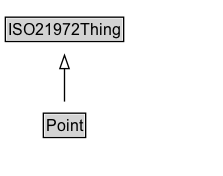
This is docs/diagrams/Point.dot.png from ISO-TC204/ontology-i72-v1, a Graphviz export, as it was before one commit. Its source is kept beside it as docs/diagrams/Point.dot. The source it was exported from:
```dot
digraph {
	graph [overlap=false rankdir=TB splines=true]
	node [fontname=Arial fontsize=12 margin=0 shape=none]
	edge [fontname=Arial fontsize=11]
	{
		rank=max
		Point [label=<<TABLE BORDER="1" CELLBORDER="0" CELLSPACING="0" CELLPADDING="1"><TR><TD BGCOLOR="lightgray" ALIGN="CENTER" PORT="e">Point</TD></TR></TABLE>> URL="../Point.md" margin=0]
	}
	subgraph cluster_associated {
		label="" style=invis
		Invis [label=<<TABLE BORDER="0" CELLBORDER="0" CELLSPACING="0" CELLPADDING="1"><TR><TD></TD></TR></TABLE>> margin=0 style=invis]
	}
	ISO21972Thing [label=<<TABLE BORDER="1" CELLBORDER="0" CELLSPACING="0" CELLPADDING="1"><TR><TD BGCOLOR="lightgray" ALIGN="CENTER">ISO21972Thing</TD></TR></TABLE>> URL="../ISO21972Thing.md" margin=0]
	Point -> ISO21972Thing [arrowhead=onormal style=solid]
}
```
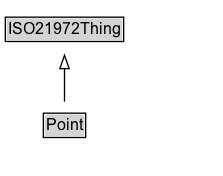
After the commit.

The edit, as a diff of the source:
```diff
@@ -3,13 +3,16 @@
 	node [fontname=Arial fontsize=12 margin=0 shape=none]
 	edge [fontname=Arial fontsize=11]
 	{
+		rank=source
+		ISO21972Thing [label=<<TABLE BORDER="1" CELLBORDER="0" CELLSPACING="0" CELLPADDING="1"><TR><TD BGCOLOR="lightgray" ALIGN="CENTER">ISO21972Thing</TD></TR></TABLE>> URL="../ISO21972Thing" margin=0]
+	}
+	Point [label=<<TABLE BORDER="1" CELLBORDER="0" CELLSPACING="0" CELLPADDING="1"><TR><TD BGCOLOR="lightgray" ALIGN="CENTER">Point</TD></TR></TABLE>> URL="../Point" margin=0]
+	{
 		rank=max
-		Point [label=<<TABLE BORDER="1" CELLBORDER="0" CELLSPACING="0" CELLPADDING="1"><TR><TD BGCOLOR="lightgray" ALIGN="CENTER" PORT="e">Point</TD></TR></TABLE>> URL="../Point.md" margin=0]
 	}
 	subgraph cluster_associated {
 		label="" style=invis
 		Invis [label=<<TABLE BORDER="0" CELLBORDER="0" CELLSPACING="0" CELLPADDING="1"><TR><TD></TD></TR></TABLE>> margin=0 style=invis]
 	}
-	ISO21972Thing [label=<<TABLE BORDER="1" CELLBORDER="0" CELLSPACING="0" CELLPADDING="1"><TR><TD BGCOLOR="lightgray" ALIGN="CENTER">ISO21972Thing</TD></TR></TABLE>> URL="../ISO21972Thing.md" margin=0]
 	Point -> ISO21972Thing [arrowhead=onormal style=solid]
 }
```
